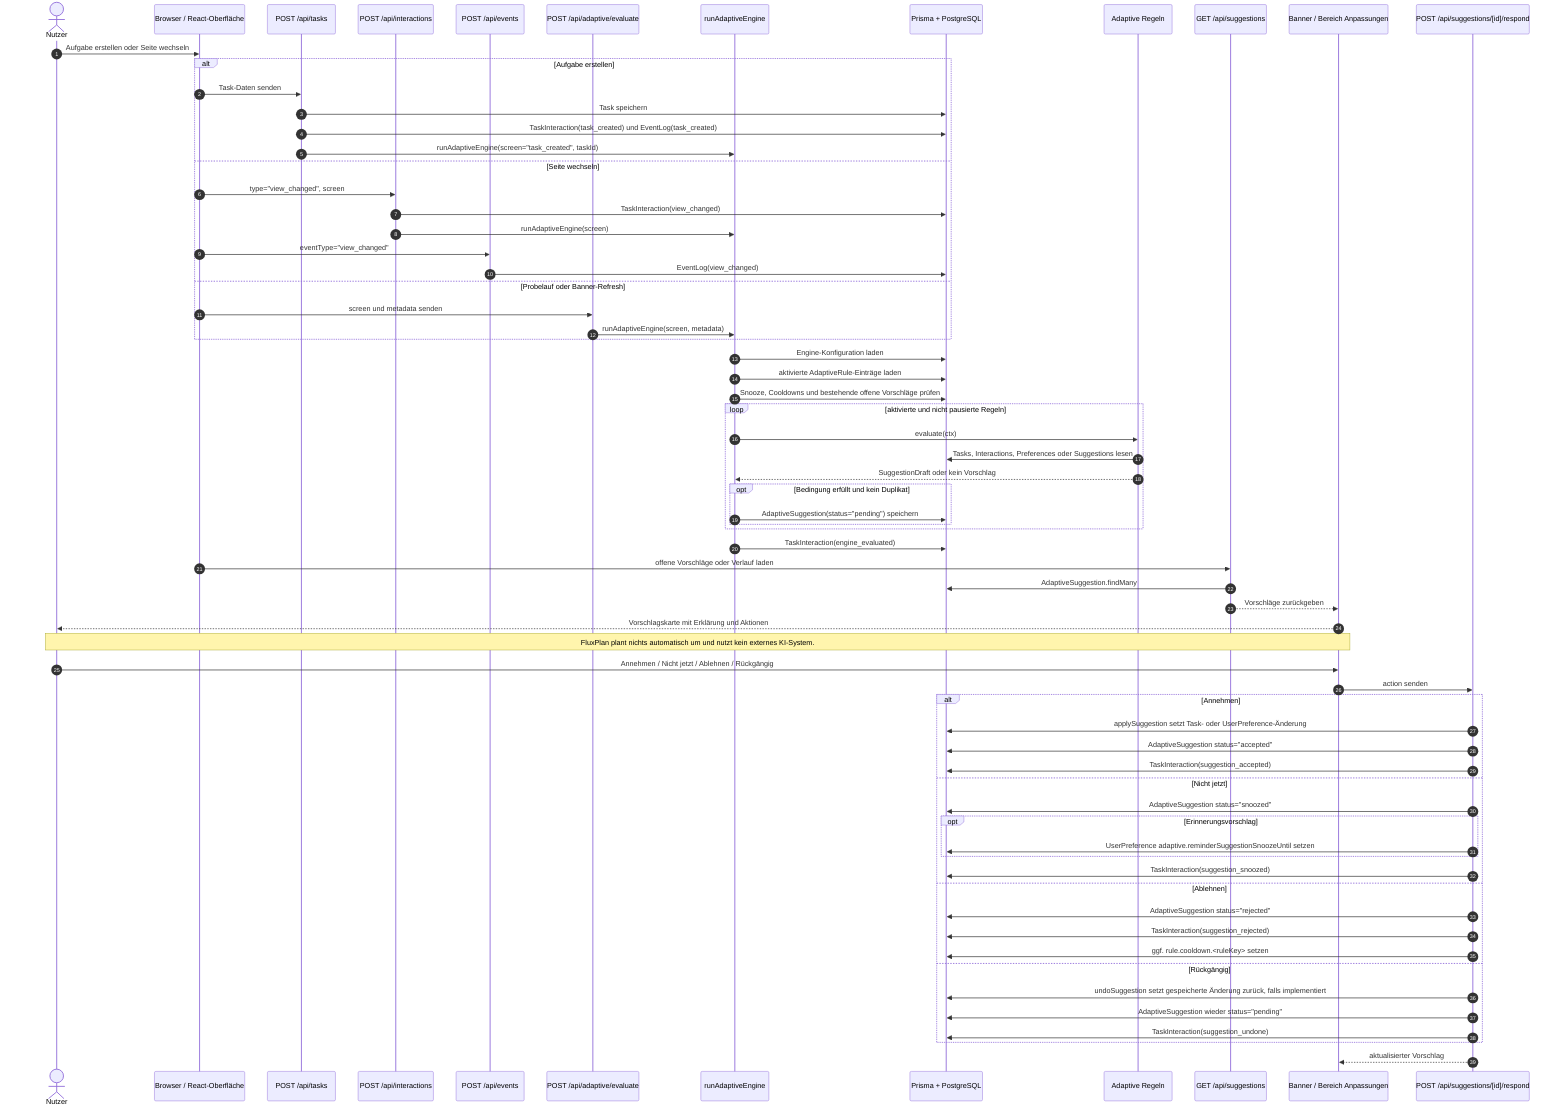
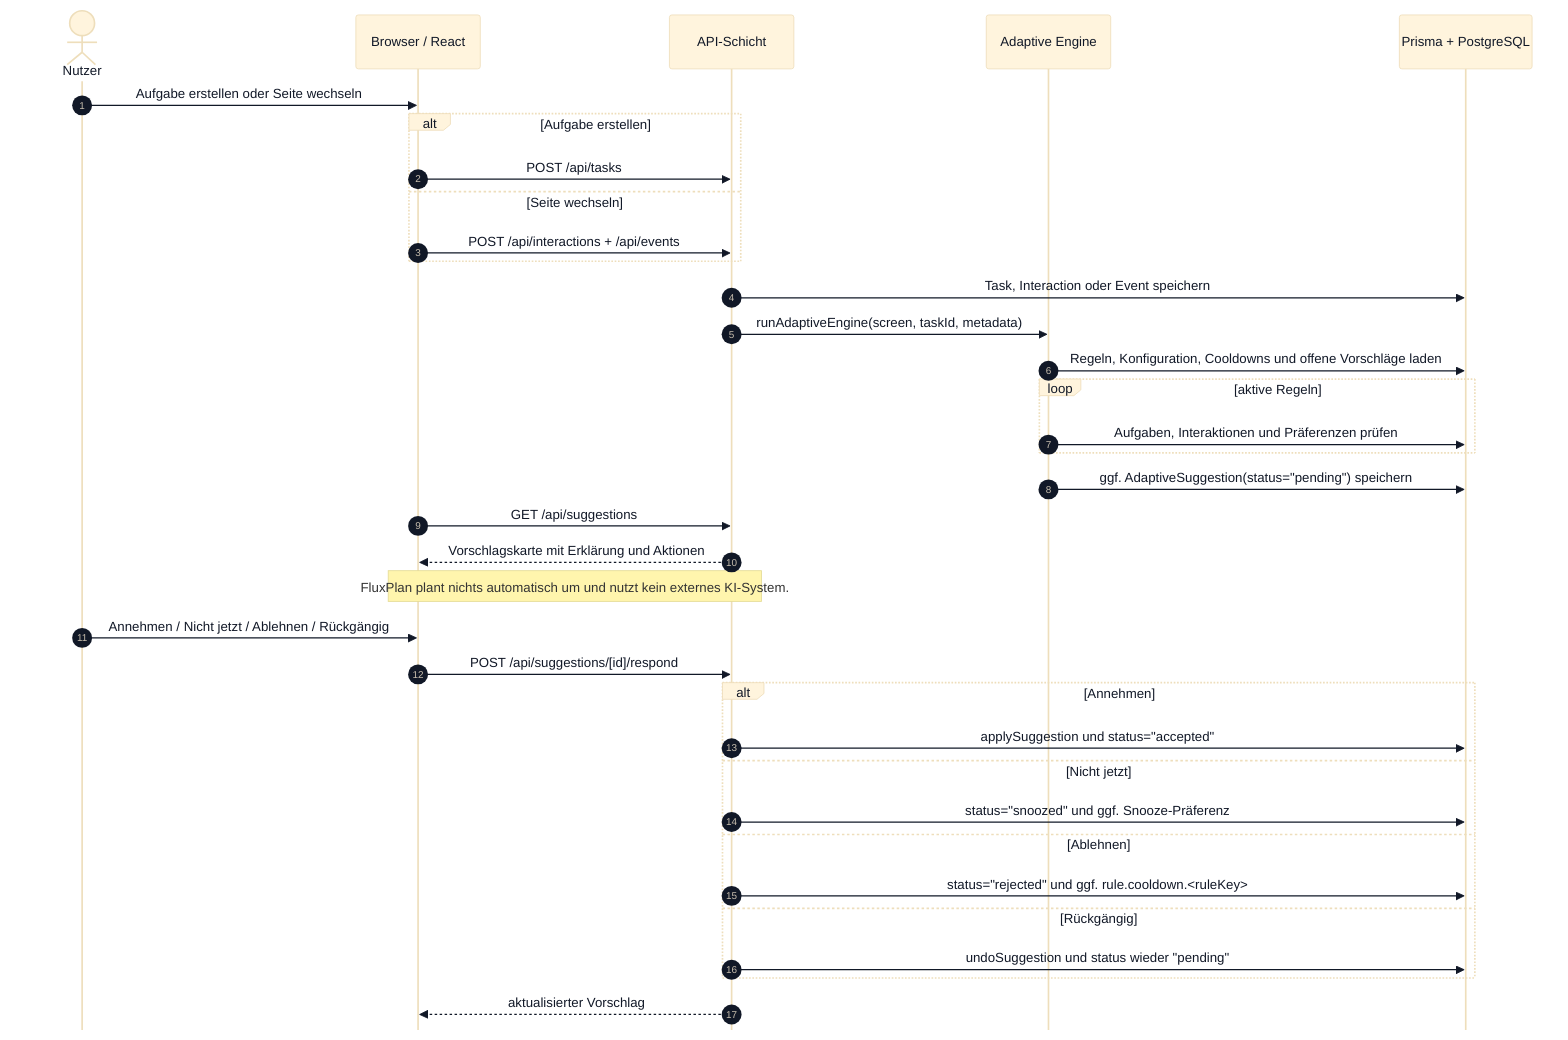
+ %%{init: {"theme": "base", "themeVariables": {"fontSize": "30px", "fontFamily": "Arial", "primaryTextColor": "#111827", "lineColor": "#374151"}, "sequence": {"diagramMarginX": 24, "diagramMarginY": 18, "actorMargin": 72, "messageMargin": 52, "noteMargin": 10, "mirrorActors": false}}}%%
sequenceDiagram
    autonumber
    actor Nutzer
-     participant UI as Browser / React-Oberfläche
-     participant Tasks as POST /api/tasks
-     participant Interactions as POST /api/interactions
-     participant Events as POST /api/events
-     participant Eval as POST /api/adaptive/evaluate
-     participant Engine as runAdaptiveEngine
+     participant UI as Browser / React
+     participant API as API-Schicht
+     participant Engine as Adaptive Engine
    participant DB as Prisma + PostgreSQL
-     participant Rules as Adaptive Regeln
-     participant Suggestions as GET /api/suggestions
-     participant Banner as Banner / Bereich Anpassungen
-     participant Respond as POST /api/suggestions/[id]/respond

    Nutzer->>UI: Aufgabe erstellen oder Seite wechseln
    alt Aufgabe erstellen
-         UI->>Tasks: Task-Daten senden
-         Tasks->>DB: Task speichern
-         Tasks->>DB: TaskInteraction(task_created) und EventLog(task_created)
-         Tasks->>Engine: runAdaptiveEngine(screen="task_created", taskId)
+         UI->>API: POST /api/tasks
    else Seite wechseln
-         UI->>Interactions: type="view_changed", screen
-         Interactions->>DB: TaskInteraction(view_changed)
-         Interactions->>Engine: runAdaptiveEngine(screen)
-         UI->>Events: eventType="view_changed"
-         Events->>DB: EventLog(view_changed)
-     else Probelauf oder Banner-Refresh
-         UI->>Eval: screen und metadata senden
-         Eval->>Engine: runAdaptiveEngine(screen, metadata)
+         UI->>API: POST /api/interactions + /api/events
    end

-     Engine->>DB: Engine-Konfiguration laden
-     Engine->>DB: aktivierte AdaptiveRule-Einträge laden
-     Engine->>DB: Snooze, Cooldowns und bestehende offene Vorschläge prüfen
-     loop aktivierte und nicht pausierte Regeln
-         Engine->>Rules: evaluate(ctx)
-         Rules->>DB: Tasks, Interactions, Preferences oder Suggestions lesen
-         Rules-->>Engine: SuggestionDraft oder kein Vorschlag
-         opt Bedingung erfüllt und kein Duplikat
-             Engine->>DB: AdaptiveSuggestion(status="pending") speichern
-         end
+     API->>DB: Task, Interaction oder Event speichern
+     API->>Engine: runAdaptiveEngine(screen, taskId, metadata)
+     Engine->>DB: Regeln, Konfiguration, Cooldowns und offene Vorschläge laden
+     loop aktive Regeln
+         Engine->>DB: Aufgaben, Interaktionen und Präferenzen prüfen
    end
-     Engine->>DB: TaskInteraction(engine_evaluated)
+     Engine->>DB: ggf. AdaptiveSuggestion(status="pending") speichern

-     UI->>Suggestions: offene Vorschläge oder Verlauf laden
-     Suggestions->>DB: AdaptiveSuggestion.findMany
-     Suggestions-->>Banner: Vorschläge zurückgeben
-     Banner-->>Nutzer: Vorschlagskarte mit Erklärung und Aktionen
-     Note over Banner,Nutzer: FluxPlan plant nichts automatisch um und nutzt kein externes KI-System.
+     UI->>API: GET /api/suggestions
+     API-->>UI: Vorschlagskarte mit Erklärung und Aktionen
+     Note over UI,API: FluxPlan plant nichts automatisch um und nutzt kein externes KI-System.

-     Nutzer->>Banner: Annehmen / Nicht jetzt / Ablehnen / Rückgängig
-     Banner->>Respond: action senden
+     Nutzer->>UI: Annehmen / Nicht jetzt / Ablehnen / Rückgängig
+     UI->>API: POST /api/suggestions/[id]/respond
    alt Annehmen
-         Respond->>DB: applySuggestion setzt Task- oder UserPreference-Änderung
-         Respond->>DB: AdaptiveSuggestion status="accepted"
-         Respond->>DB: TaskInteraction(suggestion_accepted)
+         API->>DB: applySuggestion und status="accepted"
    else Nicht jetzt
-         Respond->>DB: AdaptiveSuggestion status="snoozed"
-         opt Erinnerungsvorschlag
-             Respond->>DB: UserPreference adaptive.reminderSuggestionSnoozeUntil setzen
-         end
-         Respond->>DB: TaskInteraction(suggestion_snoozed)
+         API->>DB: status="snoozed" und ggf. Snooze-Präferenz
    else Ablehnen
-         Respond->>DB: AdaptiveSuggestion status="rejected"
-         Respond->>DB: TaskInteraction(suggestion_rejected)
-         Respond->>DB: ggf. rule.cooldown.<ruleKey> setzen
+         API->>DB: status="rejected" und ggf. rule.cooldown.<ruleKey>
    else Rückgängig
-         Respond->>DB: undoSuggestion setzt gespeicherte Änderung zurück, falls implementiert
-         Respond->>DB: AdaptiveSuggestion wieder status="pending"
-         Respond->>DB: TaskInteraction(suggestion_undone)
+         API->>DB: undoSuggestion und status wieder "pending"
    end
-     Respond-->>Banner: aktualisierter Vorschlag
+     API-->>UI: aktualisierter Vorschlag
